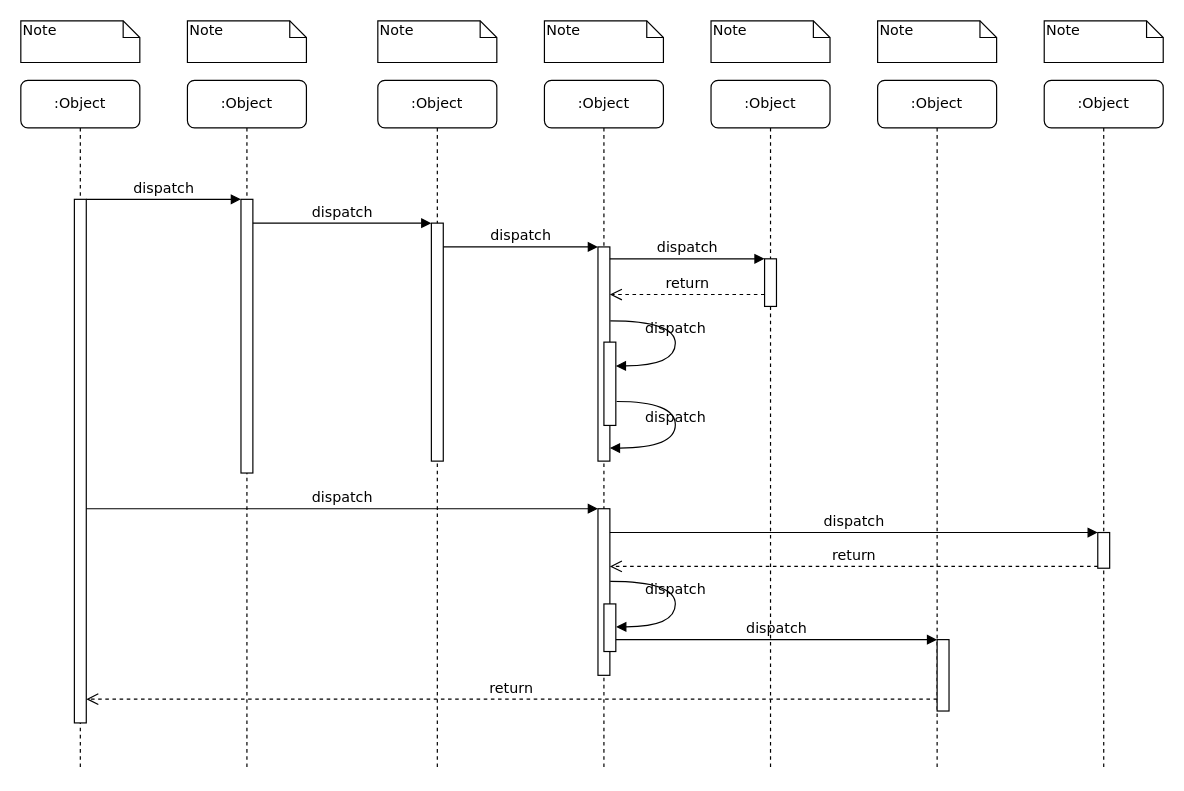
The draw.io diagram 监测分析流程.drawio in Leicw/draw.io_file, before the edit. Source tidied: cells renumbered, new cells numbered last; positions are measured from the earlier drawing's top-left corner, leaving out a move shared by most shapes. Both pictures are drawn from the tidied source at 119%, with x=0, y=0 at pixel (20, 20).
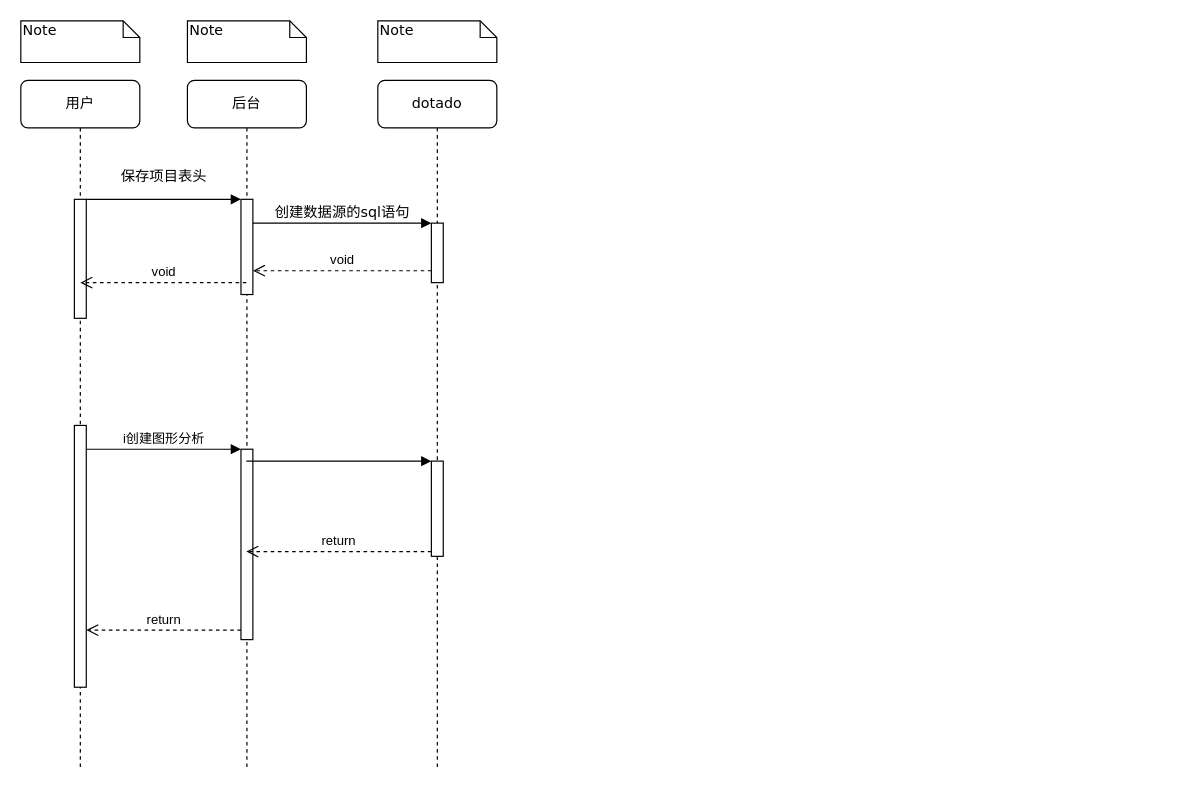
The same page after the edit.

Commit message:
更新监测分析流程.drawio

What changed in the source:
```diff
@@
-    <mxCell id="2" value=":Object" style="shape=umlLifeline;perimeter=lifelinePerimeter;whiteSpace=wrap;html=1;outlineConnect=0;rounded=1;shadow=0;comic=0;labelBackgroundColor=none;strokeWidth=1;fontFamily=Verdana;fontSize=12;align=center;" parent="1" vertex="1">
+    <mxCell id="2" value="后台" style="shape=umlLifeline;perimeter=lifelinePerimeter;whiteSpace=wrap;html=1;outlineConnect=0;rounded=1;shadow=0;comic=0;labelBackgroundColor=none;strokeWidth=1;fontFamily=Verdana;fontSize=12;align=center;" parent="1" vertex="1">
       <mxGeometry x="140" y="50" width="100" height="580" as="geometry" />
     </mxCell>
     <mxCell id="3" style="html=1;points=[];perimeter=orthogonalPerimeter;rounded=0;shadow=0;comic=0;labelBackgroundColor=none;strokeWidth=1;fontFamily=Verdana;fontSize=12;align=center;" parent="2" vertex="1">
-      <mxGeometry x="45" y="100" width="10" height="230" as="geometry" />
+      <mxGeometry x="45" y="100" width="10" height="80" as="geometry" />
     </mxCell>
+    <mxCell id="39" style="html=1;points=[];perimeter=orthogonalPerimeter;" parent="2" vertex="1">
+      <mxGeometry x="45" y="310" width="10" height="160" as="geometry" />
+    </mxCell>
-    <mxCell id="4" value=":Object" style="shape=umlLifeline;perimeter=lifelinePerimeter;whiteSpace=wrap;html=1;rounded=1;shadow=0;comic=0;labelBackgroundColor=none;strokeWidth=1;fontFamily=Verdana;fontSize=12;align=center;" parent="1" vertex="1">
+    <mxCell id="4" value="dotado" style="shape=umlLifeline;perimeter=lifelinePerimeter;whiteSpace=wrap;html=1;rounded=1;shadow=0;comic=0;labelBackgroundColor=none;strokeWidth=1;fontFamily=Verdana;fontSize=12;align=center;" parent="1" vertex="1">
       <mxGeometry x="300" y="50" width="100" height="580" as="geometry" />
     </mxCell>
     <mxCell id="5" style="html=1;points=[];perimeter=orthogonalPerimeter;rounded=0;shadow=0;comic=0;labelBackgroundColor=none;strokeWidth=1;fontFamily=Verdana;fontSize=12;align=center;" parent="4" vertex="1">
-      <mxGeometry x="45" y="120" width="10" height="200" as="geometry" />
+      <mxGeometry x="45" y="120" width="10" height="50" as="geometry" />
     </mxCell>
-    <mxCell id="6" value=":Object" style="shape=umlLifeline;perimeter=lifelinePerimeter;whiteSpace=wrap;html=1;rounded=1;shadow=0;comic=0;labelBackgroundColor=none;strokeWidth=1;fontFamily=Verdana;fontSize=12;align=center;" parent="1" vertex="1">
-      <mxGeometry x="440" y="50" width="100" height="580" as="geometry" />
-    </mxCell>
-    <mxCell id="7" value=":Object" style="shape=umlLifeline;perimeter=lifelinePerimeter;whiteSpace=wrap;html=1;rounded=1;shadow=0;comic=0;labelBackgroundColor=none;strokeWidth=1;fontFamily=Verdana;fontSize=12;align=center;" parent="1" vertex="1">
-      <mxGeometry x="580" y="50" width="100" height="580" as="geometry" />
-    </mxCell>
-    <mxCell id="8" value=":Object" style="shape=umlLifeline;perimeter=lifelinePerimeter;whiteSpace=wrap;html=1;rounded=1;shadow=0;comic=0;labelBackgroundColor=none;strokeWidth=1;fontFamily=Verdana;fontSize=12;align=center;" parent="1" vertex="1">
-      <mxGeometry x="720" y="50" width="100" height="580" as="geometry" />
-    </mxCell>
-    <mxCell id="9" value=":Object" style="shape=umlLifeline;perimeter=lifelinePerimeter;whiteSpace=wrap;html=1;rounded=1;shadow=0;comic=0;labelBackgroundColor=none;strokeWidth=1;fontFamily=Verdana;fontSize=12;align=center;" parent="1" vertex="1">
-      <mxGeometry x="860" y="50" width="100" height="580" as="geometry" />
-    </mxCell>
+    <mxCell id="40" style="html=1;points=[];perimeter=orthogonalPerimeter;" parent="4" vertex="1">
+      <mxGeometry x="45" y="320" width="10" height="80" as="geometry" />
+    </mxCell>
-    <mxCell id="10" value=":Object" style="shape=umlLifeline;perimeter=lifelinePerimeter;whiteSpace=wrap;html=1;rounded=1;shadow=0;comic=0;labelBackgroundColor=none;strokeWidth=1;fontFamily=Verdana;fontSize=12;align=center;" parent="1" vertex="1">
+    <mxCell id="10" value="用户" style="shape=umlLifeline;perimeter=lifelinePerimeter;whiteSpace=wrap;html=1;rounded=1;shadow=0;comic=0;labelBackgroundColor=none;strokeWidth=1;fontFamily=Verdana;fontSize=12;align=center;" parent="1" vertex="1">
       <mxGeometry y="50" width="100" height="580" as="geometry" />
     </mxCell>
     <mxCell id="11" style="html=1;points=[];perimeter=orthogonalPerimeter;rounded=0;shadow=0;comic=0;labelBackgroundColor=none;strokeWidth=1;fontFamily=Verdana;fontSize=12;align=center;" parent="10" vertex="1">
-      <mxGeometry x="45" y="100" width="10" height="440" as="geometry" />
+      <mxGeometry x="45" y="100" width="10" height="100" as="geometry" />
     </mxCell>
-    <mxCell id="12" style="html=1;points=[];perimeter=orthogonalPerimeter;rounded=0;shadow=0;comic=0;labelBackgroundColor=none;strokeWidth=1;fontFamily=Verdana;fontSize=12;align=center;" parent="1" vertex="1">
-      <mxGeometry x="485" y="190" width="10" height="180" as="geometry" />
-    </mxCell>
-    <mxCell id="13" value="dispatch" style="html=1;verticalAlign=bottom;endArrow=block;labelBackgroundColor=none;fontFamily=Verdana;fontSize=12;edgeStyle=elbowEdgeStyle;elbow=vertical;" parent="1" edge="1" source="5" target="12">
-      <mxGeometry relative="1" as="geometry">
-        <Array as="points">
-          <mxPoint x="360" y="190" />
-        </Array>
-      </mxGeometry>
-    </mxCell>
-    <mxCell id="14" style="html=1;points=[];perimeter=orthogonalPerimeter;rounded=0;shadow=0;comic=0;labelBackgroundColor=none;strokeWidth=1;fontFamily=Verdana;fontSize=12;align=center;" parent="1" vertex="1">
-      <mxGeometry x="625" y="200" width="10" height="40" as="geometry" />
-    </mxCell>
-    <mxCell id="15" value="dispatch" style="html=1;verticalAlign=bottom;endArrow=block;entryX=0;entryY=0;labelBackgroundColor=none;fontFamily=Verdana;fontSize=12;edgeStyle=elbowEdgeStyle;elbow=vertical;" parent="1" edge="1" source="12" target="14">
-      <mxGeometry relative="1" as="geometry" />
-    </mxCell>
-    <mxCell id="16" value="return" style="html=1;verticalAlign=bottom;endArrow=open;dashed=1;endSize=8;labelBackgroundColor=none;fontFamily=Verdana;fontSize=12;edgeStyle=elbowEdgeStyle;elbow=vertical;" parent="1" edge="1" source="14" target="12">
-      <mxGeometry relative="1" as="geometry">
-        <Array as="points">
-          <mxPoint x="570" y="230" />
-          <mxPoint x="600" y="230" />
-        </Array>
-      </mxGeometry>
-    </mxCell>
-    <mxCell id="17" style="html=1;points=[];perimeter=orthogonalPerimeter;rounded=0;shadow=0;comic=0;labelBackgroundColor=none;strokeWidth=1;fontFamily=Verdana;fontSize=12;align=center;" parent="1" vertex="1">
-      <mxGeometry x="485" y="410" width="10" height="140" as="geometry" />
-    </mxCell>
-    <mxCell id="18" value="dispatch" style="html=1;verticalAlign=bottom;endArrow=block;entryX=0;entryY=0;labelBackgroundColor=none;fontFamily=Verdana;fontSize=12;" parent="1" edge="1" source="11" target="17">
-      <mxGeometry relative="1" as="geometry" />
-    </mxCell>
-    <mxCell id="19" style="html=1;points=[];perimeter=orthogonalPerimeter;rounded=0;shadow=0;comic=0;labelBackgroundColor=none;strokeColor=#000000;strokeWidth=1;fillColor=#FFFFFF;fontFamily=Verdana;fontSize=12;fontColor=#000000;align=center;" parent="1" vertex="1">
-      <mxGeometry x="905" y="430" width="10" height="30" as="geometry" />
-    </mxCell>
-    <mxCell id="20" value="dispatch" style="html=1;verticalAlign=bottom;endArrow=block;entryX=0;entryY=0;labelBackgroundColor=none;fontFamily=Verdana;fontSize=12;" parent="1" edge="1" source="17" target="19">
-      <mxGeometry relative="1" as="geometry" />
-    </mxCell>
-    <mxCell id="21" value="return" style="html=1;verticalAlign=bottom;endArrow=open;dashed=1;endSize=8;exitX=0;exitY=0.95;labelBackgroundColor=none;fontFamily=Verdana;fontSize=12;" parent="1" edge="1" source="19" target="17">
-      <mxGeometry relative="1" as="geometry" />
-    </mxCell>
-    <mxCell id="22" style="html=1;points=[];perimeter=orthogonalPerimeter;rounded=0;shadow=0;comic=0;labelBackgroundColor=none;strokeWidth=1;fontFamily=Verdana;fontSize=12;align=center;" parent="1" vertex="1">
-      <mxGeometry x="770" y="520" width="10" height="60" as="geometry" />
-    </mxCell>
-    <mxCell id="23" value="dispatch" style="html=1;verticalAlign=bottom;endArrow=block;entryX=0;entryY=0;labelBackgroundColor=none;fontFamily=Verdana;fontSize=12;edgeStyle=elbowEdgeStyle;elbow=vertical;" parent="1" edge="1" source="30" target="22">
-      <mxGeometry relative="1" as="geometry" />
-    </mxCell>
-    <mxCell id="24" value="return" style="html=1;verticalAlign=bottom;endArrow=open;dashed=1;endSize=8;labelBackgroundColor=none;fontFamily=Verdana;fontSize=12;edgeStyle=elbowEdgeStyle;elbow=vertical;" parent="1" edge="1" source="22" target="11">
-      <mxGeometry relative="1" as="geometry">
-        <Array as="points">
-          <mxPoint x="470" y="570" />
-        </Array>
-      </mxGeometry>
-    </mxCell>
+    <mxCell id="41" value="void" style="html=1;verticalAlign=bottom;endArrow=open;dashed=1;endSize=8;rounded=0;" parent="10" edge="1" source="2">
+      <mxGeometry relative="1" as="geometry">
+        <mxPoint x="50" y="170" as="targetPoint" />
+      </mxGeometry>
+    </mxCell>
+    <mxCell id="42" style="html=1;points=[];perimeter=orthogonalPerimeter;" parent="10" vertex="1">
+      <mxGeometry x="45" y="290" width="10" height="220" as="geometry" />
+    </mxCell>
-    <mxCell id="25" value="dispatch" style="html=1;verticalAlign=bottom;endArrow=block;entryX=0;entryY=0;labelBackgroundColor=none;fontFamily=Verdana;fontSize=12;edgeStyle=elbowEdgeStyle;elbow=vertical;" parent="1" edge="1" source="11" target="3">
-      <mxGeometry relative="1" as="geometry" />
+    <mxCell id="25" value="保存项目表头" style="html=1;verticalAlign=bottom;endArrow=block;entryX=0;entryY=0;labelBackgroundColor=none;fontFamily=Verdana;fontSize=12;edgeStyle=elbowEdgeStyle;elbow=vertical;" parent="1" edge="1" source="11" target="3">
+      <mxGeometry y="10" relative="1" as="geometry" />
     </mxCell>
-    <mxCell id="26" value="dispatch" style="html=1;verticalAlign=bottom;endArrow=block;entryX=0;entryY=0;labelBackgroundColor=none;fontFamily=Verdana;fontSize=12;edgeStyle=elbowEdgeStyle;elbow=vertical;" parent="1" edge="1" source="3" target="5">
+    <mxCell id="26" value="创建数据源的sql语句" style="html=1;verticalAlign=bottom;endArrow=block;entryX=0;entryY=0;labelBackgroundColor=none;fontFamily=Verdana;fontSize=12;edgeStyle=elbowEdgeStyle;elbow=vertical;" parent="1" edge="1" source="3" target="5">
       <mxGeometry relative="1" as="geometry" />
     </mxCell>
-    <mxCell id="27" style="html=1;points=[];perimeter=orthogonalPerimeter;rounded=0;shadow=0;comic=0;labelBackgroundColor=none;strokeWidth=1;fontFamily=Verdana;fontSize=12;align=center;" parent="1" vertex="1">
-      <mxGeometry x="490" y="270" width="10" height="70" as="geometry" />
-    </mxCell>
-    <mxCell id="28" value="dispatch" style="html=1;verticalAlign=bottom;endArrow=block;labelBackgroundColor=none;fontFamily=Verdana;fontSize=12;elbow=vertical;edgeStyle=orthogonalEdgeStyle;curved=1;entryX=1;entryY=0.286;entryPerimeter=0;exitX=1.038;exitY=0.345;exitPerimeter=0;" parent="1" edge="1" source="12" target="27">
-      <mxGeometry relative="1" as="geometry">
-        <Array as="points">
-          <mxPoint x="550" y="252" />
-          <mxPoint x="550" y="290" />
-        </Array>
-      </mxGeometry>
-    </mxCell>
-    <mxCell id="29" value="dispatch" style="html=1;verticalAlign=bottom;endArrow=block;labelBackgroundColor=none;fontFamily=Verdana;fontSize=12;elbow=vertical;edgeStyle=orthogonalEdgeStyle;curved=1;exitX=1.066;exitY=0.713;exitPerimeter=0;" parent="1" edge="1" source="27">
-      <mxGeometry relative="1" as="geometry">
-        <mxPoint x="495" y="359" as="targetPoint" />
-        <Array as="points">
-          <mxPoint x="550" y="320" />
-          <mxPoint x="550" y="359" />
-        </Array>
-      </mxGeometry>
-    </mxCell>
-    <mxCell id="30" style="html=1;points=[];perimeter=orthogonalPerimeter;rounded=0;shadow=0;comic=0;labelBackgroundColor=none;strokeWidth=1;fontFamily=Verdana;fontSize=12;align=center;" parent="1" vertex="1">
-      <mxGeometry x="490" y="490" width="10" height="40" as="geometry" />
-    </mxCell>
-    <mxCell id="31" value="dispatch" style="html=1;verticalAlign=bottom;endArrow=block;labelBackgroundColor=none;fontFamily=Verdana;fontSize=12;elbow=vertical;edgeStyle=orthogonalEdgeStyle;curved=1;entryX=1;entryY=0.286;entryPerimeter=0;exitX=1.038;exitY=0.345;exitPerimeter=0;" parent="1" edge="1">
-      <mxGeometry relative="1" as="geometry">
-        <mxPoint x="495.3" y="471" as="sourcePoint" />
-        <mxPoint x="500.3" y="509.3" as="targetPoint" />
-        <Array as="points">
-          <mxPoint x="550" y="471" />
-          <mxPoint x="550" y="509" />
-        </Array>
-      </mxGeometry>
-    </mxCell>
@@
-    <mxCell id="35" value="Note" style="shape=note;whiteSpace=wrap;html=1;size=14;verticalAlign=top;align=left;spacingTop=-6;rounded=0;shadow=0;comic=0;labelBackgroundColor=none;strokeWidth=1;fontFamily=Verdana;fontSize=12;" parent="1" vertex="1">
-      <mxGeometry x="440" width="100" height="35" as="geometry" />
-    </mxCell>
-    <mxCell id="36" value="Note" style="shape=note;whiteSpace=wrap;html=1;size=14;verticalAlign=top;align=left;spacingTop=-6;rounded=0;shadow=0;comic=0;labelBackgroundColor=none;strokeWidth=1;fontFamily=Verdana;fontSize=12;" parent="1" vertex="1">
-      <mxGeometry x="580" width="100" height="35" as="geometry" />
-    </mxCell>
-    <mxCell id="37" value="Note" style="shape=note;whiteSpace=wrap;html=1;size=14;verticalAlign=top;align=left;spacingTop=-6;rounded=0;shadow=0;comic=0;labelBackgroundColor=none;strokeWidth=1;fontFamily=Verdana;fontSize=12;" parent="1" vertex="1">
-      <mxGeometry x="720" width="100" height="35" as="geometry" />
-    </mxCell>
-    <mxCell id="38" value="Note" style="shape=note;whiteSpace=wrap;html=1;size=14;verticalAlign=top;align=left;spacingTop=-6;rounded=0;shadow=0;comic=0;labelBackgroundColor=none;strokeWidth=1;fontFamily=Verdana;fontSize=12;" parent="1" vertex="1">
-      <mxGeometry x="860" width="100" height="35" as="geometry" />
-    </mxCell>
+    <mxCell id="43" value="void" style="html=1;verticalAlign=bottom;endArrow=open;dashed=1;endSize=8;rounded=0;" parent="1" edge="1" source="5" target="3">
+      <mxGeometry relative="1" as="geometry">
+        <Array as="points">
+          <mxPoint x="290" y="210" />
+        </Array>
+      </mxGeometry>
+    </mxCell>
+    <mxCell id="44" value="i创建图形分析" style="html=1;verticalAlign=bottom;endArrow=block;entryX=0;entryY=0;rounded=0;" parent="1" edge="1" source="42" target="39">
+      <mxGeometry relative="1" as="geometry" />
+    </mxCell>
+    <mxCell id="45" value="return" style="html=1;verticalAlign=bottom;endArrow=open;dashed=1;endSize=8;exitX=0;exitY=0.95;rounded=0;" parent="1" edge="1" source="39" target="42">
+      <mxGeometry relative="1" as="geometry" />
+    </mxCell>
+    <mxCell id="46" style="html=1;verticalAlign=bottom;endArrow=block;entryX=0;entryY=0;rounded=0;" parent="1" edge="1" source="2" target="40">
+      <mxGeometry relative="1" as="geometry" />
+    </mxCell>
+    <mxCell id="47" value="return" style="html=1;verticalAlign=bottom;endArrow=open;dashed=1;endSize=8;exitX=0;exitY=0.95;rounded=0;" parent="1" edge="1" source="40" target="2">
+      <mxGeometry relative="1" as="geometry" />
+    </mxCell>
```
